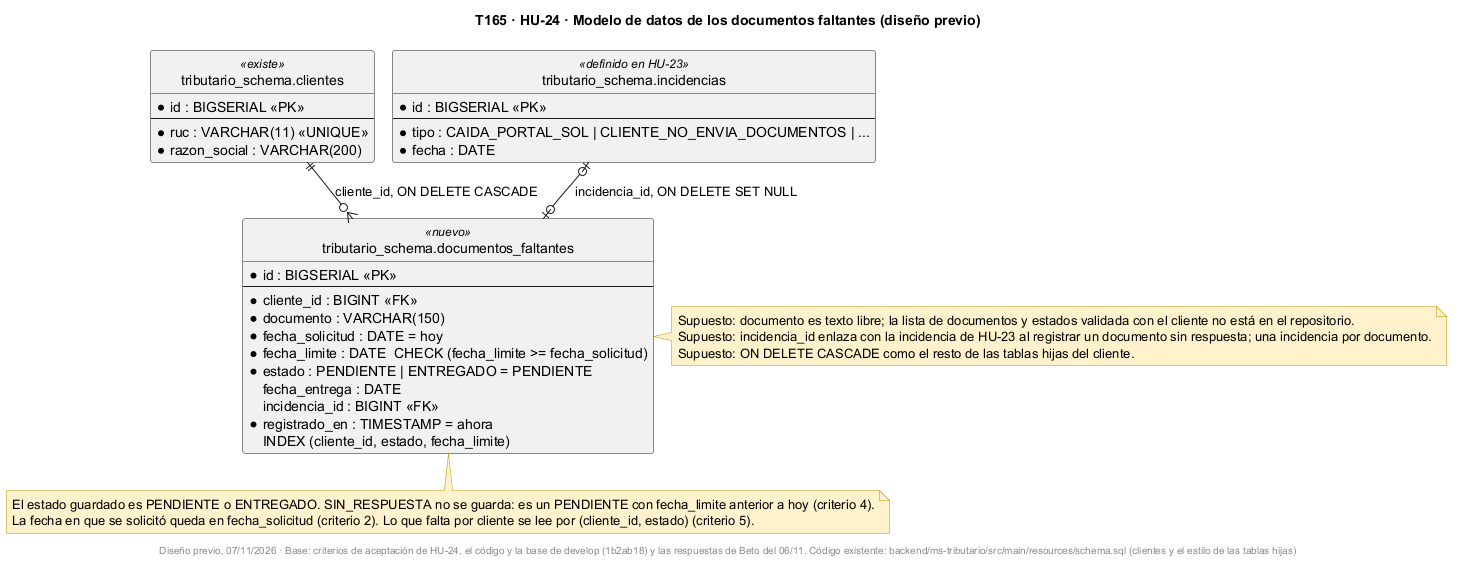
Before: docs/uml/img/T165-HU24-er-documentos-faltantes.png, a diagram exported from PlantUML (fabianrodriguez33/plus-contable). Its diagram source:
```plantuml
@startuml
!pragma layout smetana
title T165 · HU-24 · Modelo de datos de los documentos faltantes (diseño previo)
skinparam shadowing false
skinparam noteBackgroundColor #FFF2CC
skinparam noteBorderColor #BF9000
hide circle

entity "tributario_schema.clientes" as clientes <<existe>> {
  * id : BIGSERIAL <<PK>>
  --
  * ruc : VARCHAR(11) <<UNIQUE>>
  * razon_social : VARCHAR(200)
}
entity "tributario_schema.documentos_faltantes" as doc <<nuevo>> {
  * id : BIGSERIAL <<PK>>
  --
  * cliente_id : BIGINT <<FK>>
  * documento : VARCHAR(150)
  * fecha_solicitud : DATE = hoy
  * fecha_limite : DATE  CHECK (fecha_limite >= fecha_solicitud)
  * estado : PENDIENTE | ENTREGADO = PENDIENTE
    fecha_entrega : DATE
    incidencia_id : BIGINT <<FK>>
  * registrado_en : TIMESTAMP = ahora
  INDEX (cliente_id, estado, fecha_limite)
}
entity "tributario_schema.incidencias" as inc <<definido en HU-23>> {
  * id : BIGSERIAL <<PK>>
  --
  * tipo : CAIDA_PORTAL_SOL | CLIENTE_NO_ENVIA_DOCUMENTOS | ...
  * fecha : DATE
}

clientes ||--o{ doc : cliente_id, ON DELETE CASCADE
inc |o--o| doc : incidencia_id, ON DELETE SET NULL

note bottom of doc
  El estado guardado es PENDIENTE o ENTREGADO. SIN_RESPUESTA no se guarda: es un PENDIENTE con fecha_limite anterior a hoy (criterio 4).
  La fecha en que se solicitó queda en fecha_solicitud (criterio 2). Lo que falta por cliente se lee por (cliente_id, estado) (criterio 5).
end note
note right of doc
  Supuesto: documento es texto libre; la lista de documentos y estados validada con el cliente no está en el repositorio.
  Supuesto: incidencia_id enlaza con la incidencia de HU-23 al registrar un documento sin respuesta; una incidencia por documento.
  Supuesto: ON DELETE CASCADE como el resto de las tablas hijas del cliente.
end note
footer Diseño previo, 07/11/2026 · Base: criterios de aceptación de HU-24, el código y la base de develop (1b2ab18) y las respuestas de Beto del 06/11. Código existente: backend/ms-tributario/src/main/resources/schema.sql (clientes y el estilo de las tablas hijas)
@enduml
```
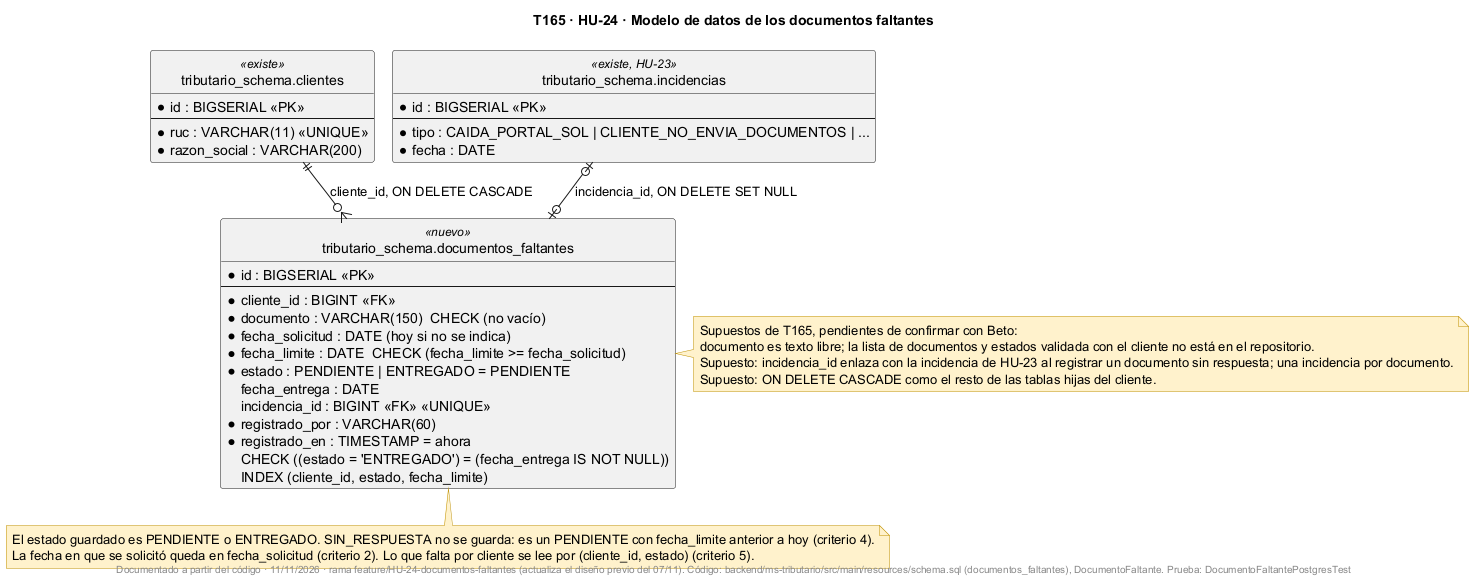
After the change.

The edit, as a diff of the source:
```diff
@@ -1,6 +1,6 @@
 @startuml
 !pragma layout smetana
-title T165 · HU-24 · Modelo de datos de los documentos faltantes (diseño previo)
+title T165 · HU-24 · Modelo de datos de los documentos faltantes
 skinparam shadowing false
 skinparam noteBackgroundColor #FFF2CC
 skinparam noteBorderColor #BF9000
@@ -16,16 +16,18 @@
   * id : BIGSERIAL <<PK>>
   --
   * cliente_id : BIGINT <<FK>>
-  * documento : VARCHAR(150)
-  * fecha_solicitud : DATE = hoy
+  * documento : VARCHAR(150)  CHECK (no vacío)
+  * fecha_solicitud : DATE (hoy si no se indica)
   * fecha_limite : DATE  CHECK (fecha_limite >= fecha_solicitud)
   * estado : PENDIENTE | ENTREGADO = PENDIENTE
     fecha_entrega : DATE
-    incidencia_id : BIGINT <<FK>>
+    incidencia_id : BIGINT <<FK>> <<UNIQUE>>
+  * registrado_por : VARCHAR(60)
   * registrado_en : TIMESTAMP = ahora
+  CHECK ((estado = 'ENTREGADO') = (fecha_entrega IS NOT NULL))
   INDEX (cliente_id, estado, fecha_limite)
 }
-entity "tributario_schema.incidencias" as inc <<definido en HU-23>> {
+entity "tributario_schema.incidencias" as inc <<existe, HU-23>> {
   * id : BIGSERIAL <<PK>>
   --
   * tipo : CAIDA_PORTAL_SOL | CLIENTE_NO_ENVIA_DOCUMENTOS | ...
@@ -40,9 +42,10 @@
   La fecha en que se solicitó queda en fecha_solicitud (criterio 2). Lo que falta por cliente se lee por (cliente_id, estado) (criterio 5).
 end note
 note right of doc
-  Supuesto: documento es texto libre; la lista de documentos y estados validada con el cliente no está en el repositorio.
+  Supuestos de T165, pendientes de confirmar con Beto:
+  documento es texto libre; la lista de documentos y estados validada con el cliente no está en el repositorio.
   Supuesto: incidencia_id enlaza con la incidencia de HU-23 al registrar un documento sin respuesta; una incidencia por documento.
   Supuesto: ON DELETE CASCADE como el resto de las tablas hijas del cliente.
 end note
-footer Diseño previo, 07/11/2026 · Base: criterios de aceptación de HU-24, el código y la base de develop (1b2ab18) y las respuestas de Beto del 06/11. Código existente: backend/ms-tributario/src/main/resources/schema.sql (clientes y el estilo de las tablas hijas)
+footer Documentado a partir del código · 11/11/2026 · rama feature/HU-24-documentos-faltantes (actualiza el diseño previo del 07/11). Código: backend/ms-tributario/src/main/resources/schema.sql (documentos_faltantes), DocumentoFaltante. Prueba: DocumentoFaltantePostgresTest
 @enduml
```
